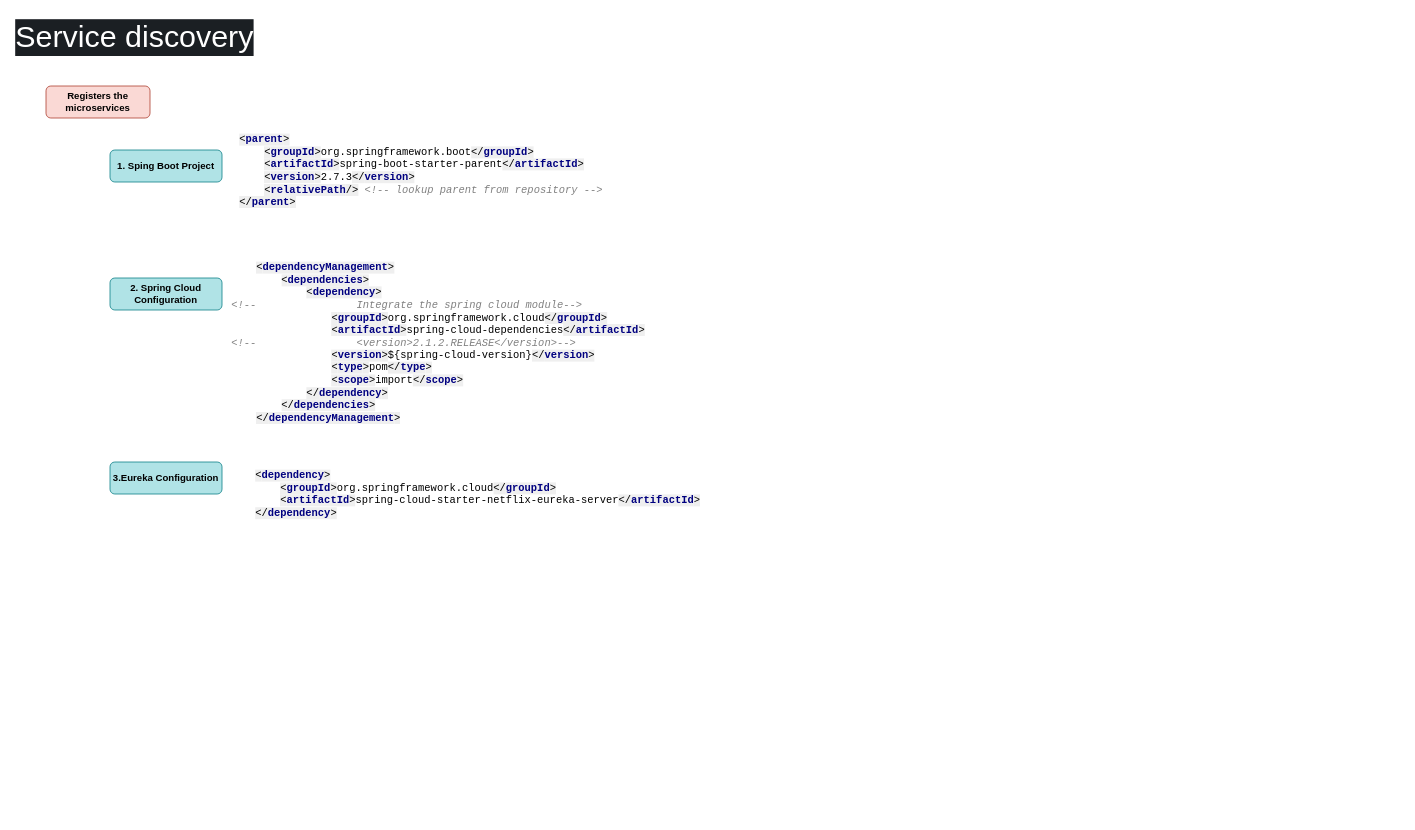
Above: page "Discovery Server" (13 of 13) of MICROSERVICES/spring-microservices.drawio in nathub071122/natGIT (draw.io), before the change. Source tidied: cells renumbered, new cells numbered last; positions are measured from the earlier drawing's top-left corner, leaving out a move shared by most shapes. Both pictures are drawn from the tidied source at 80%, with x=0, y=0 at pixel (14, 14).
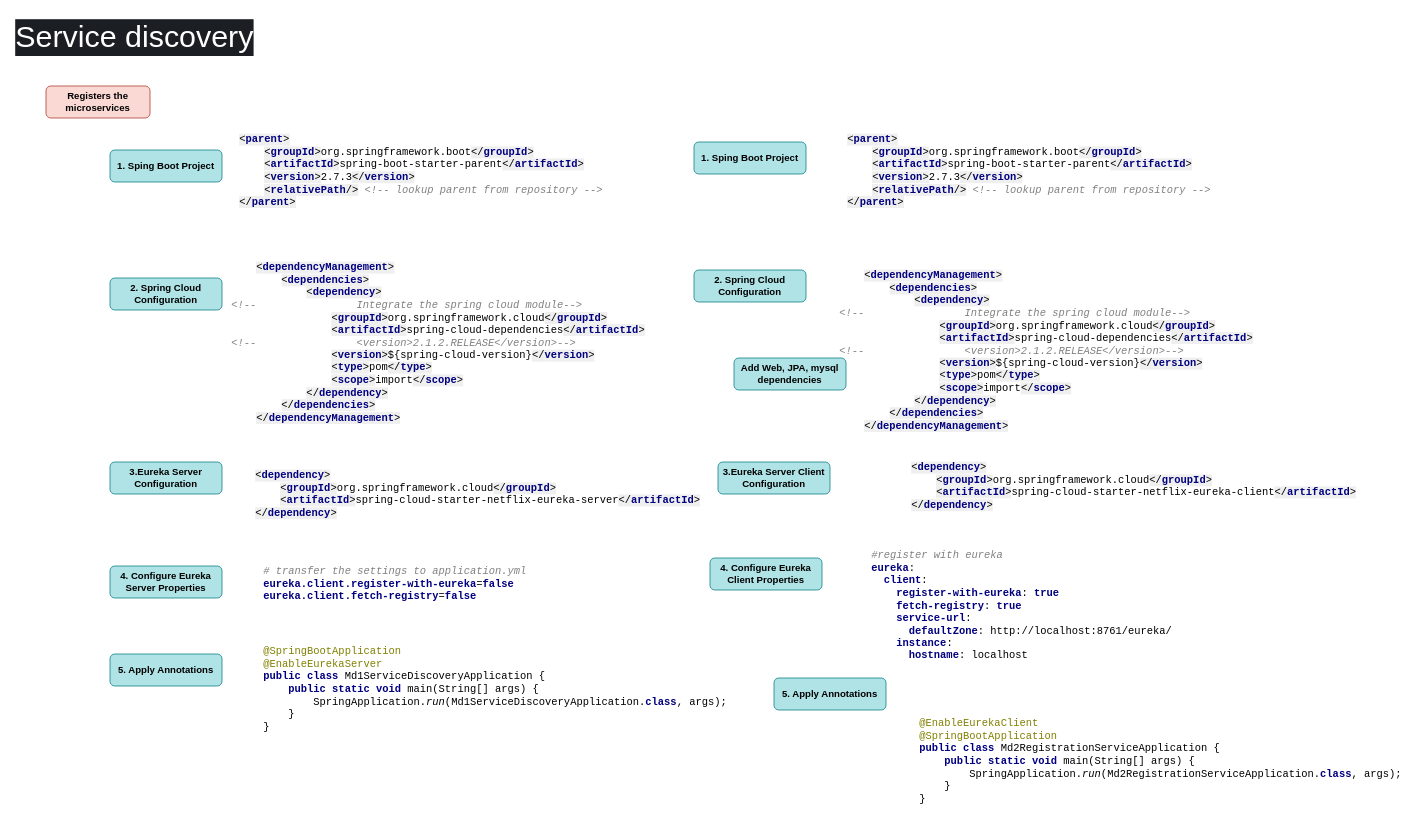
The same diagram, later.

The edit, as a diff of the source:
```diff
@@
-    <mxCell id="8" value="3.Eureka Configuration" style="rounded=1;whiteSpace=wrap;html=1;fillColor=#b0e3e6;strokeColor=#0e8088;fontStyle=1;fontColor=#000000;" parent="1" vertex="1">
+    <mxCell id="8" value="3.Eureka Server Configuration" style="rounded=1;whiteSpace=wrap;html=1;fillColor=#b0e3e6;strokeColor=#0e8088;fontStyle=1;fontColor=#000000;" parent="1" vertex="1">
       <mxGeometry x="120" y="560" width="140" height="40" as="geometry" />
     </mxCell>
@@
+    <mxCell id="10" value="&lt;pre style=&quot;background-color: #ffffff ; color: #000000 ; font-family: &amp;quot;jetbrains mono&amp;quot; , monospace ; font-size: 9.8pt&quot;&gt;&lt;span style=&quot;color: #808080 ; font-style: italic&quot;&gt;# transfer the settings to application.yml&lt;br&gt;&lt;/span&gt;&lt;span style=&quot;color: #000080 ; font-weight: bold&quot;&gt;eureka.client.register-with-eureka&lt;/span&gt;=&lt;span style=&quot;color: #000080 ; font-weight: bold&quot;&gt;false&lt;br&gt;&lt;/span&gt;&lt;span style=&quot;color: #000080 ; font-weight: bold&quot;&gt;eureka.client.fetch-registry&lt;/span&gt;=&lt;span style=&quot;color: #000080 ; font-weight: bold&quot;&gt;false&lt;/span&gt;&lt;/pre&gt;" style="text;whiteSpace=wrap;html=1;fontColor=#000000;" parent="1" vertex="1">
+      <mxGeometry x="310" y="670" width="360" height="80" as="geometry" />
+    </mxCell>
+    <mxCell id="11" value="4. Configure Eureka Server Properties" style="rounded=1;whiteSpace=wrap;html=1;fillColor=#b0e3e6;strokeColor=#0e8088;fontStyle=1;fontColor=#000000;" parent="1" vertex="1">
+      <mxGeometry x="120" y="690" width="140" height="40" as="geometry" />
+    </mxCell>
+    <mxCell id="12" value="5. Apply Annotations" style="rounded=1;whiteSpace=wrap;html=1;fillColor=#b0e3e6;strokeColor=#0e8088;fontStyle=1;fontColor=#000000;" parent="1" vertex="1">
+      <mxGeometry x="120" y="800" width="140" height="40" as="geometry" />
+    </mxCell>
+    <mxCell id="13" value="&lt;pre style=&quot;background-color: #ffffff ; color: #000000 ; font-family: &amp;quot;jetbrains mono&amp;quot; , monospace ; font-size: 9.8pt&quot;&gt;&lt;span style=&quot;color: #808000&quot;&gt;@SpringBootApplication&lt;br&gt;&lt;/span&gt;&lt;span style=&quot;color: #808000&quot;&gt;@EnableEurekaServer&lt;br&gt;&lt;/span&gt;&lt;span style=&quot;color: #000080 ; font-weight: bold&quot;&gt;public class &lt;/span&gt;Md1ServiceDiscoveryApplication {&lt;br&gt;    &lt;span style=&quot;color: #000080 ; font-weight: bold&quot;&gt;public static void &lt;/span&gt;main(String[] args) {&lt;br&gt;        SpringApplication.&lt;span style=&quot;font-style: italic&quot;&gt;run&lt;/span&gt;(Md1ServiceDiscoveryApplication.&lt;span style=&quot;color: #000080 ; font-weight: bold&quot;&gt;class&lt;/span&gt;, args);&lt;br&gt;    }&lt;br&gt;}&lt;/pre&gt;" style="text;whiteSpace=wrap;html=1;fontColor=#000000;" parent="1" vertex="1">
+      <mxGeometry x="310" y="770" width="550" height="140" as="geometry" />
+    </mxCell>
+    <mxCell id="14" value="1. Sping Boot Project" style="rounded=1;whiteSpace=wrap;html=1;fillColor=#b0e3e6;strokeColor=#0e8088;fontStyle=1;fontColor=#000000;" parent="1" vertex="1">
+      <mxGeometry x="850" y="160" width="140" height="40" as="geometry" />
+    </mxCell>
+    <mxCell id="15" value="&lt;pre style=&quot;background-color: #ffffff ; color: #000000 ; font-family: &amp;quot;jetbrains mono&amp;quot; , monospace ; font-size: 9.8pt&quot;&gt;&lt;span style=&quot;background-color: #efefef&quot;&gt;&amp;lt;&lt;/span&gt;&lt;span style=&quot;color: #000080 ; background-color: #efefef ; font-weight: bold&quot;&gt;parent&lt;/span&gt;&lt;span style=&quot;background-color: #efefef&quot;&gt;&amp;gt;&lt;/span&gt;&lt;br&gt;    &lt;span style=&quot;background-color: #efefef&quot;&gt;&amp;lt;&lt;/span&gt;&lt;span style=&quot;color: #000080 ; background-color: #efefef ; font-weight: bold&quot;&gt;groupId&lt;/span&gt;&lt;span style=&quot;background-color: #efefef&quot;&gt;&amp;gt;&lt;/span&gt;org.springframework.boot&lt;span style=&quot;background-color: #efefef&quot;&gt;&amp;lt;/&lt;/span&gt;&lt;span style=&quot;color: #000080 ; background-color: #efefef ; font-weight: bold&quot;&gt;groupId&lt;/span&gt;&lt;span style=&quot;background-color: #efefef&quot;&gt;&amp;gt;&lt;/span&gt;&lt;br&gt;    &lt;span style=&quot;background-color: #efefef&quot;&gt;&amp;lt;&lt;/span&gt;&lt;span style=&quot;color: #000080 ; background-color: #efefef ; font-weight: bold&quot;&gt;artifactId&lt;/span&gt;&lt;span style=&quot;background-color: #efefef&quot;&gt;&amp;gt;&lt;/span&gt;spring-boot-starter-parent&lt;span style=&quot;background-color: #efefef&quot;&gt;&amp;lt;/&lt;/span&gt;&lt;span style=&quot;color: #000080 ; background-color: #efefef ; font-weight: bold&quot;&gt;artifactId&lt;/span&gt;&lt;span style=&quot;background-color: #efefef&quot;&gt;&amp;gt;&lt;/span&gt;&lt;br&gt;    &lt;span style=&quot;background-color: #efefef&quot;&gt;&amp;lt;&lt;/span&gt;&lt;span style=&quot;color: #000080 ; background-color: #efefef ; font-weight: bold&quot;&gt;version&lt;/span&gt;&lt;span style=&quot;background-color: #efefef&quot;&gt;&amp;gt;&lt;/span&gt;2.7.3&lt;span style=&quot;background-color: #efefef&quot;&gt;&amp;lt;/&lt;/span&gt;&lt;span style=&quot;color: #000080 ; background-color: #efefef ; font-weight: bold&quot;&gt;version&lt;/span&gt;&lt;span style=&quot;background-color: #efefef&quot;&gt;&amp;gt;&lt;/span&gt;&lt;br&gt;    &lt;span style=&quot;background-color: #efefef&quot;&gt;&amp;lt;&lt;/span&gt;&lt;span style=&quot;color: #000080 ; background-color: #efefef ; font-weight: bold&quot;&gt;relativePath&lt;/span&gt;&lt;span style=&quot;background-color: #efefef&quot;&gt;/&amp;gt;&lt;/span&gt; &lt;span style=&quot;color: #808080 ; font-style: italic&quot;&gt;&amp;lt;!-- lookup parent from repository --&amp;gt;&lt;br&gt;&lt;/span&gt;&lt;span style=&quot;background-color: #efefef&quot;&gt;&amp;lt;/&lt;/span&gt;&lt;span style=&quot;color: #000080 ; background-color: #efefef ; font-weight: bold&quot;&gt;parent&lt;/span&gt;&lt;span style=&quot;background-color: #efefef&quot;&gt;&amp;gt;&lt;/span&gt;&lt;/pre&gt;" style="text;whiteSpace=wrap;html=1;fontColor=#000000;" parent="1" vertex="1">
+      <mxGeometry x="1040" y="130" width="480" height="120" as="geometry" />
+    </mxCell>
+    <mxCell id="16" value="&lt;pre style=&quot;background-color: #ffffff ; color: #000000 ; font-family: &amp;quot;jetbrains mono&amp;quot; , monospace ; font-size: 9.8pt&quot;&gt;    &lt;span style=&quot;background-color: #efefef&quot;&gt;&amp;lt;&lt;/span&gt;&lt;span style=&quot;color: #000080 ; background-color: #efefef ; font-weight: bold&quot;&gt;dependencyManagement&lt;/span&gt;&lt;span style=&quot;background-color: #efefef&quot;&gt;&amp;gt;&lt;/span&gt;&lt;br&gt;        &lt;span style=&quot;background-color: #efefef&quot;&gt;&amp;lt;&lt;/span&gt;&lt;span style=&quot;color: #000080 ; background-color: #efefef ; font-weight: bold&quot;&gt;dependencies&lt;/span&gt;&lt;span style=&quot;background-color: #efefef&quot;&gt;&amp;gt;&lt;/span&gt;&lt;br&gt;            &lt;span style=&quot;background-color: #efefef&quot;&gt;&amp;lt;&lt;/span&gt;&lt;span style=&quot;color: #000080 ; background-color: #efefef ; font-weight: bold&quot;&gt;dependency&lt;/span&gt;&lt;span style=&quot;background-color: #efefef&quot;&gt;&amp;gt;&lt;/span&gt;&lt;br&gt;&lt;span style=&quot;color: #808080 ; font-style: italic&quot;&gt;&amp;lt;!--                Integrate the spring cloud module--&amp;gt;&lt;br&gt;&lt;/span&gt;&lt;span style=&quot;color: #808080 ; font-style: italic&quot;&gt;                &lt;/span&gt;&lt;span style=&quot;background-color: #efefef&quot;&gt;&amp;lt;&lt;/span&gt;&lt;span style=&quot;color: #000080 ; background-color: #efefef ; font-weight: bold&quot;&gt;groupId&lt;/span&gt;&lt;span style=&quot;background-color: #efefef&quot;&gt;&amp;gt;&lt;/span&gt;org.springframework.cloud&lt;span style=&quot;background-color: #efefef&quot;&gt;&amp;lt;/&lt;/span&gt;&lt;span style=&quot;color: #000080 ; background-color: #efefef ; font-weight: bold&quot;&gt;groupId&lt;/span&gt;&lt;span style=&quot;background-color: #efefef&quot;&gt;&amp;gt;&lt;/span&gt;&lt;br&gt;                &lt;span style=&quot;background-color: #efefef&quot;&gt;&amp;lt;&lt;/span&gt;&lt;span style=&quot;color: #000080 ; background-color: #efefef ; font-weight: bold&quot;&gt;artifactId&lt;/span&gt;&lt;span style=&quot;background-color: #efefef&quot;&gt;&amp;gt;&lt;/span&gt;spring-cloud-dependencies&lt;span style=&quot;background-color: #efefef&quot;&gt;&amp;lt;/&lt;/span&gt;&lt;span style=&quot;color: #000080 ; background-color: #efefef ; font-weight: bold&quot;&gt;artifactId&lt;/span&gt;&lt;span style=&quot;background-color: #efefef&quot;&gt;&amp;gt;&lt;/span&gt;&lt;br&gt;&lt;span style=&quot;color: #808080 ; font-style: italic&quot;&gt;&amp;lt;!--                &amp;lt;version&amp;gt;2.1.2.RELEASE&amp;lt;/version&amp;gt;--&amp;gt;&lt;br&gt;&lt;/span&gt;&lt;span style=&quot;color: #808080 ; font-style: italic&quot;&gt;                &lt;/span&gt;&lt;span style=&quot;background-color: #efefef&quot;&gt;&amp;lt;&lt;/span&gt;&lt;span style=&quot;color: #000080 ; background-color: #efefef ; font-weight: bold&quot;&gt;version&lt;/span&gt;&lt;span style=&quot;background-color: #efefef&quot;&gt;&amp;gt;&lt;/span&gt;${spring-cloud-version}&lt;span style=&quot;background-color: #efefef&quot;&gt;&amp;lt;/&lt;/span&gt;&lt;span style=&quot;color: #000080 ; background-color: #efefef ; font-weight: bold&quot;&gt;version&lt;/span&gt;&lt;span style=&quot;background-color: #efefef&quot;&gt;&amp;gt;&lt;/span&gt;&lt;br&gt;                &lt;span style=&quot;background-color: #efefef&quot;&gt;&amp;lt;&lt;/span&gt;&lt;span style=&quot;color: #000080 ; background-color: #efefef ; font-weight: bold&quot;&gt;type&lt;/span&gt;&lt;span style=&quot;background-color: #efefef&quot;&gt;&amp;gt;&lt;/span&gt;pom&lt;span style=&quot;background-color: #efefef&quot;&gt;&amp;lt;/&lt;/span&gt;&lt;span style=&quot;color: #000080 ; background-color: #efefef ; font-weight: bold&quot;&gt;type&lt;/span&gt;&lt;span style=&quot;background-color: #efefef&quot;&gt;&amp;gt;&lt;/span&gt;&lt;br&gt;                &lt;span style=&quot;background-color: #efefef&quot;&gt;&amp;lt;&lt;/span&gt;&lt;span style=&quot;color: #000080 ; background-color: #efefef ; font-weight: bold&quot;&gt;scope&lt;/span&gt;&lt;span style=&quot;background-color: #efefef&quot;&gt;&amp;gt;&lt;/span&gt;import&lt;span style=&quot;background-color: #efefef&quot;&gt;&amp;lt;/&lt;/span&gt;&lt;span style=&quot;color: #000080 ; background-color: #efefef ; font-weight: bold&quot;&gt;scope&lt;/span&gt;&lt;span style=&quot;background-color: #efefef&quot;&gt;&amp;gt;&lt;/span&gt;&lt;br&gt;            &lt;span style=&quot;background-color: #efefef&quot;&gt;&amp;lt;/&lt;/span&gt;&lt;span style=&quot;color: #000080 ; background-color: #efefef ; font-weight: bold&quot;&gt;dependency&lt;/span&gt;&lt;span style=&quot;background-color: #efefef&quot;&gt;&amp;gt;&lt;/span&gt;&lt;br&gt;        &lt;span style=&quot;background-color: #efefef&quot;&gt;&amp;lt;/&lt;/span&gt;&lt;span style=&quot;color: #000080 ; background-color: #efefef ; font-weight: bold&quot;&gt;dependencies&lt;/span&gt;&lt;span style=&quot;background-color: #efefef&quot;&gt;&amp;gt;&lt;/span&gt;&lt;br&gt;    &lt;span style=&quot;background-color: #efefef&quot;&gt;&amp;lt;/&lt;/span&gt;&lt;span style=&quot;color: #000080 ; background-color: #efefef ; font-weight: bold&quot;&gt;dependencyManagement&lt;/span&gt;&lt;span style=&quot;background-color: #efefef&quot;&gt;&amp;gt;&lt;/span&gt;&lt;/pre&gt;" style="text;whiteSpace=wrap;html=1;fontColor=#000000;" parent="1" vertex="1">
+      <mxGeometry x="1030" y="300" width="550" height="220" as="geometry" />
+    </mxCell>
+    <mxCell id="17" value="2. Spring Cloud Configuration" style="rounded=1;whiteSpace=wrap;html=1;fillColor=#b0e3e6;strokeColor=#0e8088;fontStyle=1;fontColor=#000000;" parent="1" vertex="1">
+      <mxGeometry x="850" y="320" width="140" height="40" as="geometry" />
+    </mxCell>
+    <mxCell id="18" value="3.Eureka Server Client Configuration" style="rounded=1;whiteSpace=wrap;html=1;fillColor=#b0e3e6;strokeColor=#0e8088;fontStyle=1;fontColor=#000000;" parent="1" vertex="1">
+      <mxGeometry x="880" y="560" width="140" height="40" as="geometry" />
+    </mxCell>
+    <mxCell id="19" value="&lt;pre style=&quot;background-color: #ffffff ; color: #000000 ; font-family: &amp;quot;jetbrains mono&amp;quot; , monospace ; font-size: 9.8pt&quot;&gt;&lt;span style=&quot;background-color: #efefef&quot;&gt;&amp;lt;&lt;/span&gt;&lt;span style=&quot;color: #000080 ; background-color: #efefef ; font-weight: bold&quot;&gt;dependency&lt;/span&gt;&lt;span style=&quot;background-color: #efefef&quot;&gt;&amp;gt;&lt;/span&gt;&lt;br&gt;    &lt;span style=&quot;background-color: #efefef&quot;&gt;&amp;lt;&lt;/span&gt;&lt;span style=&quot;color: #000080 ; background-color: #efefef ; font-weight: bold&quot;&gt;groupId&lt;/span&gt;&lt;span style=&quot;background-color: #efefef&quot;&gt;&amp;gt;&lt;/span&gt;org.springframework.cloud&lt;span style=&quot;background-color: #efefef&quot;&gt;&amp;lt;/&lt;/span&gt;&lt;span style=&quot;color: #000080 ; background-color: #efefef ; font-weight: bold&quot;&gt;groupId&lt;/span&gt;&lt;span style=&quot;background-color: #efefef&quot;&gt;&amp;gt;&lt;/span&gt;&lt;br&gt;    &lt;span style=&quot;background-color: #efefef&quot;&gt;&amp;lt;&lt;/span&gt;&lt;span style=&quot;color: #000080 ; background-color: #efefef ; font-weight: bold&quot;&gt;artifactId&lt;/span&gt;&lt;span style=&quot;background-color: #efefef&quot;&gt;&amp;gt;&lt;/span&gt;spring-cloud-starter-netflix-eureka-client&lt;span style=&quot;background-color: #efefef&quot;&gt;&amp;lt;/&lt;/span&gt;&lt;span style=&quot;color: #000080 ; background-color: #efefef ; font-weight: bold&quot;&gt;artifactId&lt;/span&gt;&lt;span style=&quot;background-color: #efefef&quot;&gt;&amp;gt;&lt;/span&gt;&lt;br&gt;&lt;span style=&quot;background-color: #efefef&quot;&gt;&amp;lt;/&lt;/span&gt;&lt;span style=&quot;color: #000080 ; background-color: #efefef ; font-weight: bold&quot;&gt;dependency&lt;/span&gt;&lt;span style=&quot;background-color: #efefef&quot;&gt;&amp;gt;&lt;/span&gt;&lt;/pre&gt;" style="text;whiteSpace=wrap;html=1;fontColor=#000000;" parent="1" vertex="1">
+      <mxGeometry x="1120" y="540" width="550" height="100" as="geometry" />
+    </mxCell>
+    <mxCell id="20" value="Add Web, JPA, mysql dependencies" style="rounded=1;whiteSpace=wrap;html=1;fillColor=#b0e3e6;strokeColor=#0e8088;fontStyle=1;fontColor=#000000;" parent="1" vertex="1">
+      <mxGeometry x="900" y="430" width="140" height="40" as="geometry" />
+    </mxCell>
+    <mxCell id="21" value="4. Configure Eureka Client Properties" style="rounded=1;whiteSpace=wrap;html=1;fillColor=#b0e3e6;strokeColor=#0e8088;fontStyle=1;fontColor=#000000;" parent="1" vertex="1">
+      <mxGeometry x="870" y="680" width="140" height="40" as="geometry" />
+    </mxCell>
+    <mxCell id="22" value="&lt;pre style=&quot;background-color: #ffffff ; color: #000000 ; font-family: &amp;quot;jetbrains mono&amp;quot; , monospace ; font-size: 9.8pt&quot;&gt;&lt;span style=&quot;color: #808080 ; font-style: italic&quot;&gt;#register with eureka&lt;br&gt;&lt;/span&gt;&lt;span style=&quot;color: #000080 ; font-weight: bold&quot;&gt;eureka&lt;/span&gt;:&lt;br&gt;  &lt;span style=&quot;color: #000080 ; font-weight: bold&quot;&gt;client&lt;/span&gt;:&lt;br&gt;    &lt;span style=&quot;color: #000080 ; font-weight: bold&quot;&gt;register-with-eureka&lt;/span&gt;: &lt;span style=&quot;color: #000080 ; font-weight: bold&quot;&gt;true&lt;br&gt;&lt;/span&gt;&lt;span style=&quot;color: #000080 ; font-weight: bold&quot;&gt;    fetch-registry&lt;/span&gt;: &lt;span style=&quot;color: #000080 ; font-weight: bold&quot;&gt;true&lt;br&gt;&lt;/span&gt;&lt;span style=&quot;color: #000080 ; font-weight: bold&quot;&gt;    service-url&lt;/span&gt;:&lt;br&gt;      &lt;span style=&quot;color: #000080 ; font-weight: bold&quot;&gt;defaultZone&lt;/span&gt;: http://localhost:8761/eureka/&lt;br&gt;    &lt;span style=&quot;color: #000080 ; font-weight: bold&quot;&gt;instance&lt;/span&gt;:&lt;br&gt;      &lt;span style=&quot;color: #000080 ; font-weight: bold&quot;&gt;hostname&lt;/span&gt;: localhost&lt;/pre&gt;" style="text;whiteSpace=wrap;html=1;fontColor=#000000;" parent="1" vertex="1">
+      <mxGeometry x="1070" y="650" width="400" height="160" as="geometry" />
+    </mxCell>
+    <mxCell id="23" value="&lt;pre style=&quot;background-color: #ffffff ; color: #000000 ; font-family: &amp;quot;jetbrains mono&amp;quot; , monospace ; font-size: 9.8pt&quot;&gt;&lt;span style=&quot;color: #808000&quot;&gt;@EnableEurekaClient&lt;br&gt;&lt;/span&gt;&lt;span style=&quot;color: #808000&quot;&gt;@SpringBootApplication&lt;br&gt;&lt;/span&gt;&lt;span style=&quot;color: #000080 ; font-weight: bold&quot;&gt;public class &lt;/span&gt;Md2RegistrationServiceApplication {&lt;br&gt;    &lt;span style=&quot;color: #000080 ; font-weight: bold&quot;&gt;public static void &lt;/span&gt;main(String[] args) {&lt;br&gt;        SpringApplication.&lt;span style=&quot;font-style: italic&quot;&gt;run&lt;/span&gt;(Md2RegistrationServiceApplication.&lt;span style=&quot;color: #000080 ; font-weight: bold&quot;&gt;class&lt;/span&gt;, args);&lt;br&gt;    }&lt;br&gt;}&lt;br&gt;&lt;/pre&gt;" style="text;whiteSpace=wrap;html=1;fontColor=#000000;" parent="1" vertex="1">
+      <mxGeometry x="1130" y="860" width="550" height="140" as="geometry" />
+    </mxCell>
+    <mxCell id="24" value="5. Apply Annotations" style="rounded=1;whiteSpace=wrap;html=1;fillColor=#b0e3e6;strokeColor=#0e8088;fontStyle=1;fontColor=#000000;" parent="1" vertex="1">
+      <mxGeometry x="950" y="830" width="140" height="40" as="geometry" />
+    </mxCell>
```
